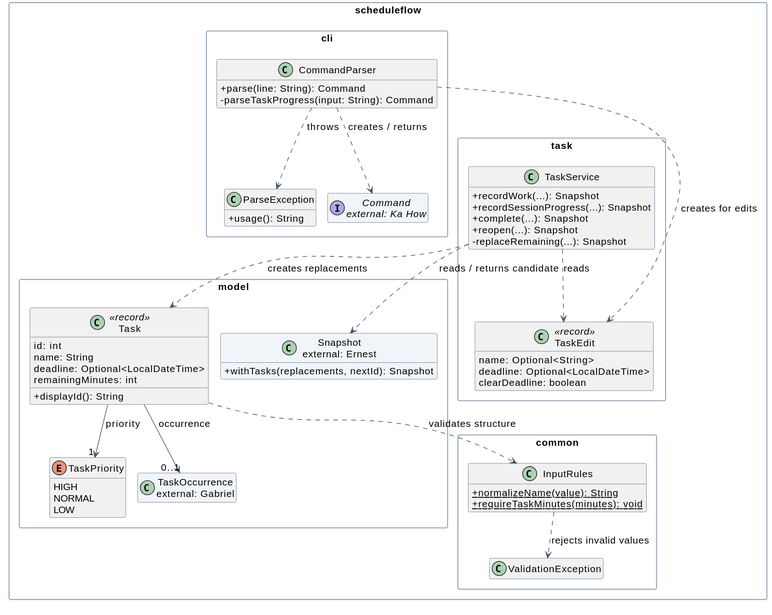
Above: docs/images/nickhil-task-parser-classes.svg in AY2627S1-CS2113-T10-1/tp (PlantUML), before the change.
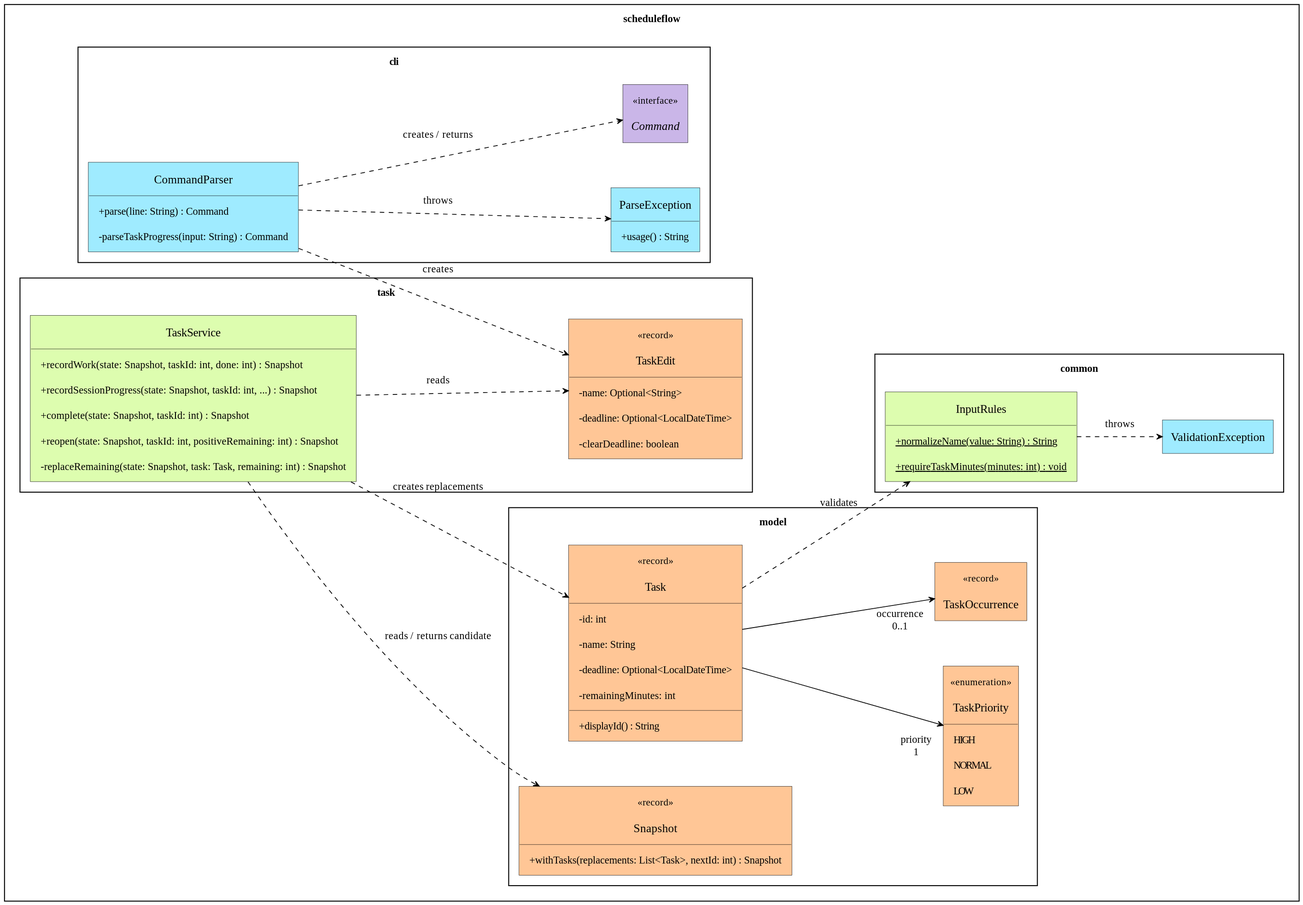
The same file after the commit.

Diff of the diagram source:
```diff
@@ -1,80 +1,66 @@
 @startuml
-!pragma layout smetana
-skinparam backgroundColor white
-skinparam shadowing false
-skinparam defaultFontName SansSerif
-skinparam defaultFontSize 15
-skinparam classAttributeIconSize 0
-skinparam packageStyle rectangle
-skinparam ArrowColor #475569
-skinparam classBorderColor #475569
-skinparam packageBorderColor #94A3B8
+!include course-style.puml
+left to right direction
 hide empty members
-top to bottom direction
 
 package "scheduleflow.cli" {
-    class CommandParser {
-        +parse(line: String): Command
-        -parseTaskProgress(input: String): Command
+    class CommandParser PARSING {
+        + parse(line: String) : Command
+        - parseTaskProgress(input: String) : Command
     }
-    class ParseException {
-        +usage(): String
+    class ParseException PARSING {
+        + usage() : String
     }
-    interface "Command\nexternal: Ka How" as Command #F1F5F9
+    interface Command <<interface>> SHELL
 }
-
 package "scheduleflow.task" {
-    class TaskService {
-        +recordWork(...): Snapshot
-        +recordSessionProgress(...): Snapshot
-        +complete(...): Snapshot
-        +reopen(...): Snapshot
-        -replaceRemaining(...): Snapshot
+    class TaskService DOMAIN {
+        + recordWork(state: Snapshot, taskId: int, done: int) : Snapshot
+        + recordSessionProgress(state: Snapshot, taskId: int, ...) : Snapshot
+        + complete(state: Snapshot, taskId: int) : Snapshot
+        + reopen(state: Snapshot, taskId: int, positiveRemaining: int) : Snapshot
+        - replaceRemaining(state: Snapshot, task: Task, remaining: int) : Snapshot
     }
-    class TaskEdit <<record>> {
-        name: Optional<String>
-        deadline: Optional<LocalDateTime>
-        clearDeadline: boolean
+    class TaskEdit <<record>> VALUES {
+        - name: Optional<String>
+        - deadline: Optional<LocalDateTime>
+        - clearDeadline: boolean
     }
 }
-
 package "scheduleflow.model" {
-    class Task <<record>> {
-        id: int
-        name: String
-        deadline: Optional<LocalDateTime>
-        remainingMinutes: int
-        +displayId(): String
+    class Task <<record>> VALUES {
+        - id: int
+        - name: String
+        - deadline: Optional<LocalDateTime>
+        - remainingMinutes: int
+        + displayId() : String
     }
-    enum TaskPriority {
+    enum TaskPriority <<enumeration>> VALUES {
         HIGH
         NORMAL
         LOW
     }
-    class "TaskOccurrence\nexternal: Gabriel" as TaskOccurrence #F1F5F9
-    class "Snapshot\nexternal: Ernest" as Snapshot #F1F5F9 {
-        +withTasks(replacements, nextId): Snapshot
+    class TaskOccurrence <<record>> VALUES
+    class Snapshot <<record>> VALUES {
+        + withTasks(replacements: List<Task>, nextId: int) : Snapshot
     }
 }
-
 package "scheduleflow.common" {
-    class InputRules {
-        {static} +normalizeName(value): String
-        {static} +requireTaskMinutes(minutes): void
+    class InputRules DOMAIN {
+        {static} + normalizeName(value: String) : String
+        {static} + requireTaskMinutes(minutes: int) : void
     }
-    class ValidationException
+    class ValidationException PARSING
 }
 
 CommandParser ..> Command : creates / returns
 CommandParser ..> ParseException : throws
-CommandParser ..> TaskEdit : creates for edits
+CommandParser ..> TaskEdit : creates
 TaskService ..> TaskEdit : reads
 TaskService ..> Task : creates replacements
 TaskService ..> Snapshot : reads / returns candidate
-Task --> "1" TaskPriority : priority
-Task --> "0..1" TaskOccurrence : occurrence
-Task ..> InputRules : validates structure
-InputRules ..> ValidationException : rejects invalid values
-
-CommandParser -[hidden]down-> TaskService
+Task --> "priority\n1" TaskPriority
+Task --> "occurrence\n0..1" TaskOccurrence
+Task ..> InputRules : validates
+InputRules ..> ValidationException : throws
 @enduml
```
